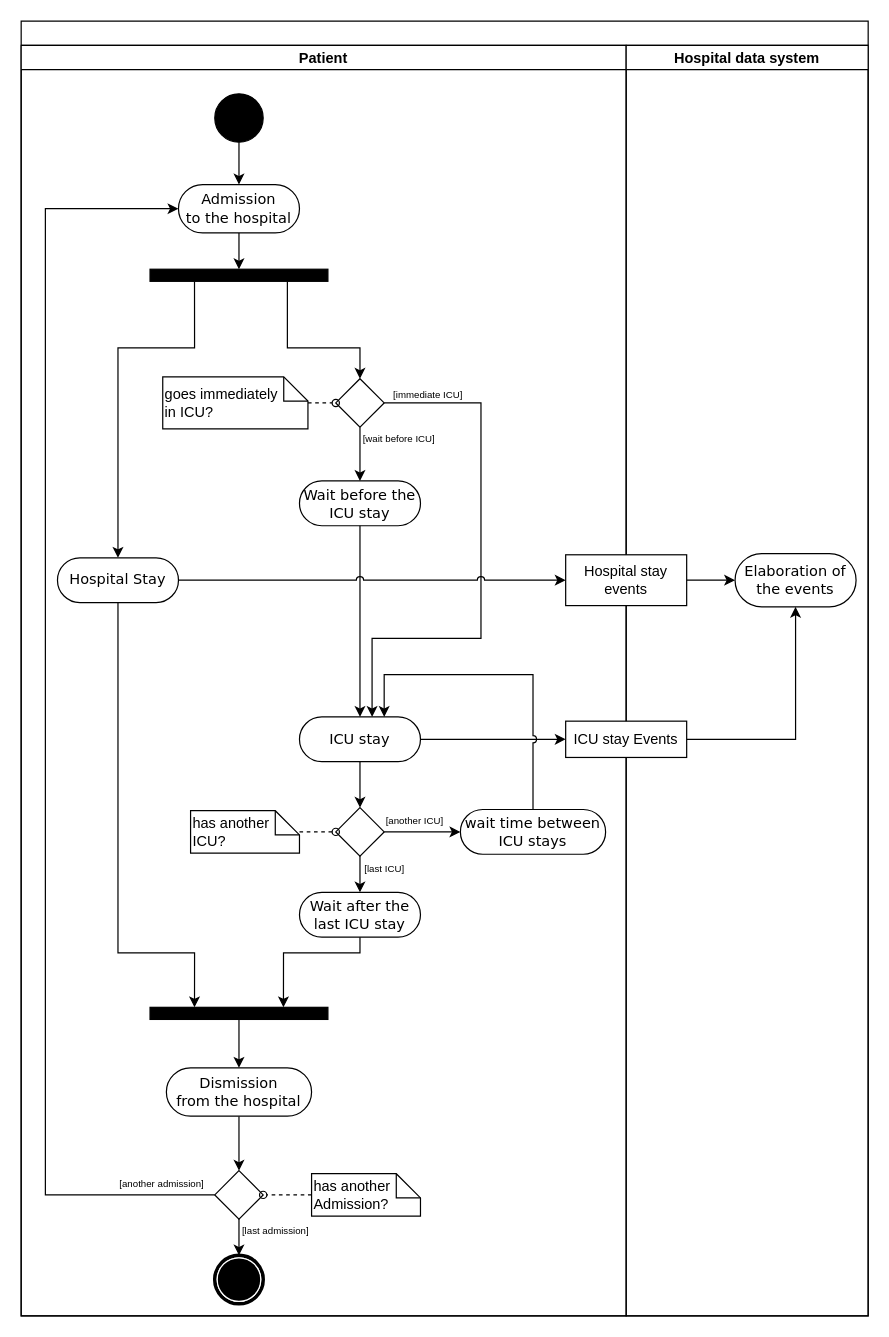
t4ncred1/thesis keeps this draw.io diagram as artifacts/model-3_activity-diagram.drawio. Above is the earlier version. Source tidied: cells renumbered, new cells numbered last; positions are measured from the earlier drawing's top-left corner, leaving out a move shared by most shapes. Both pictures are drawn from the tidied source at 121%, with x=0, y=0 at pixel (21, 21).
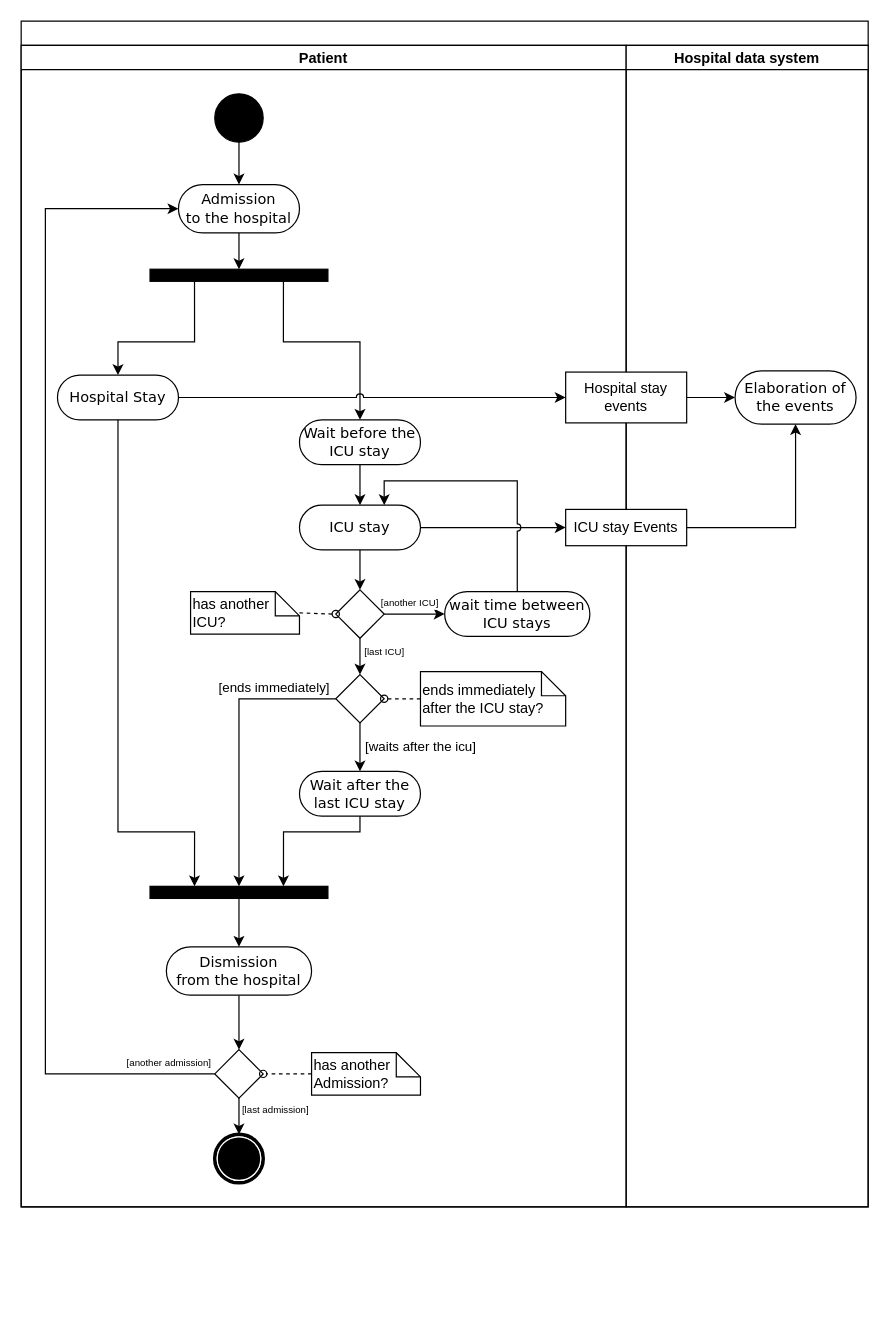
Above is the later version.

Commit message (it also covers changes not shown here):
modifica admission che finiscono con icu

Aggiunge anche il relativo activity diagram

Unchanged cells that the change refers to:
```xml
<mxCell id="5" style="whiteSpace=wrap;html=1;rounded=0;shadow=0;comic=0;labelBackgroundColor=none;strokeWidth=1;fillColor=#000000;fontFamily=Verdana;fontSize=12;align=center;rotation=0;" parent="1" vertex="1">
  <mxGeometry x="106.5" y="205" width="147" height="10" as="geometry" />
</mxCell>
<mxCell id="22" value="&lt;div&gt;Admission&lt;/div&gt;&lt;div&gt;to the hospital&lt;br&gt;&lt;/div&gt;" style="rounded=1;whiteSpace=wrap;html=1;shadow=0;comic=0;labelBackgroundColor=none;strokeWidth=1;fontFamily=Verdana;fontSize=12;align=center;arcSize=50;" parent="8" vertex="1">
  <mxGeometry x="130" y="115" width="100" height="40" as="geometry" />
</mxCell>
```

Change to the diagram source:
```diff
@@
+    <mxCell id="53" style="edgeStyle=orthogonalEdgeStyle;rounded=0;jettySize=auto;html=1;exitX=0.75;exitY=1;exitDx=0;exitDy=0;" parent="1" edge="1" source="5" target="10">
+      <mxGeometry relative="1" as="geometry">
+        <Array as="points">
+          <mxPoint x="217" y="265" />
+          <mxPoint x="280" y="265" />
+        </Array>
+      </mxGeometry>
+    </mxCell>
     <mxCell id="3" style="edgeStyle=orthogonalEdgeStyle;rounded=0;jettySize=auto;html=1;exitX=0.25;exitY=1;exitDx=0;exitDy=0;" parent="1" edge="1" source="5" target="9">
       <mxGeometry relative="1" as="geometry">
         <Array as="points">
-          <mxPoint x="143" y="270" />
-          <mxPoint x="80" y="270" />
+          <mxPoint x="143" y="265" />
+          <mxPoint x="80" y="265" />
         </Array>
       </mxGeometry>
     </mxCell>
-    <mxCell id="4" style="edgeStyle=orthogonalEdgeStyle;rounded=0;jumpStyle=arc;jettySize=auto;html=1;fontSize=8;endArrow=classic;endFill=1;" parent="1" edge="1" source="5" target="43">
-      <mxGeometry relative="1" as="geometry">
-        <Array as="points">
-          <mxPoint x="220" y="270" />
-          <mxPoint x="280" y="270" />
-        </Array>
-      </mxGeometry>
-    </mxCell>
@@
     <mxCell id="6" style="swimlane;startSize=20;" parent="1" vertex="1">
-      <mxGeometry width="700" height="1070" as="geometry" />
+      <mxGeometry width="700" height="980" as="geometry" />
     </mxCell>
+    <mxCell id="46" style="edgeStyle=orthogonalEdgeStyle;rounded=0;jettySize=auto;html=1;endArrow=classic;endFill=1;jumpStyle=arc;" parent="6" edge="1" source="9" target="52">
+      <mxGeometry relative="1" as="geometry" />
+    </mxCell>
@@
     <mxCell id="8" value="Patient" style="swimlane;startSize=20;" parent="6" vertex="1">
-      <mxGeometry y="20" width="500" height="1050" as="geometry" />
+      <mxGeometry y="20" width="500" height="960" as="geometry" />
     </mxCell>
     <mxCell id="9" value="Hospital Stay" style="rounded=1;whiteSpace=wrap;html=1;shadow=0;comic=0;labelBackgroundColor=none;strokeWidth=1;fontFamily=Verdana;fontSize=12;align=center;arcSize=50;" parent="8" vertex="1">
-      <mxGeometry x="30" y="423.5" width="100" height="37" as="geometry" />
+      <mxGeometry x="30" y="272.5" width="100" height="37" as="geometry" />
     </mxCell>
     <mxCell id="10" value="Wait before the ICU stay" style="rounded=1;whiteSpace=wrap;html=1;shadow=0;comic=0;labelBackgroundColor=none;strokeWidth=1;fontFamily=Verdana;fontSize=12;align=center;arcSize=50;" parent="8" vertex="1">
-      <mxGeometry x="230" y="360" width="100" height="37" as="geometry" />
+      <mxGeometry x="230" y="309.5" width="100" height="37" as="geometry" />
     </mxCell>
@@
     <mxCell id="12" value="ICU stay" style="rounded=1;whiteSpace=wrap;html=1;shadow=0;comic=0;labelBackgroundColor=none;strokeWidth=1;fontFamily=Verdana;fontSize=12;align=center;arcSize=50;" parent="8" vertex="1">
-      <mxGeometry x="230" y="555" width="100" height="37" as="geometry" />
+      <mxGeometry x="230" y="380" width="100" height="37" as="geometry" />
     </mxCell>
@@
     <mxCell id="14" value="Wait after the last ICU stay" style="rounded=1;whiteSpace=wrap;html=1;shadow=0;comic=0;labelBackgroundColor=none;strokeWidth=1;fontFamily=Verdana;fontSize=12;align=center;arcSize=50;" parent="8" vertex="1">
-      <mxGeometry x="230" y="700" width="100" height="37" as="geometry" />
+      <mxGeometry x="230" y="600" width="100" height="37" as="geometry" />
     </mxCell>
     <mxCell id="15" style="whiteSpace=wrap;html=1;rounded=0;shadow=0;comic=0;labelBackgroundColor=none;strokeWidth=1;fillColor=#000000;fontFamily=Verdana;fontSize=12;align=center;rotation=0;" parent="8" vertex="1">
-      <mxGeometry x="106.5" y="795" width="147" height="10" as="geometry" />
+      <mxGeometry x="106.5" y="695" width="147" height="10" as="geometry" />
     </mxCell>
     <mxCell id="16" style="edgeStyle=orthogonalEdgeStyle;rounded=0;jettySize=auto;html=1;entryX=0.75;entryY=0;entryDx=0;entryDy=0;" parent="8" edge="1" source="14" target="15">
       <mxGeometry relative="1" as="geometry">
         <Array as="points">
-          <mxPoint x="280" y="750" />
-          <mxPoint x="217" y="750" />
+          <mxPoint x="280" y="650" />
+          <mxPoint x="217" y="650" />
         </Array>
       </mxGeometry>
     </mxCell>
     <mxCell id="17" style="shape=mxgraph.bpmn.shape;html=1;verticalLabelPosition=bottom;labelBackgroundColor=#ffffff;verticalAlign=top;perimeter=ellipsePerimeter;outline=end;symbol=terminate;rounded=0;shadow=0;comic=0;strokeWidth=1;fontFamily=Verdana;fontSize=12;align=center;" parent="8" vertex="1">
-      <mxGeometry x="160" y="1000" width="40" height="40" as="geometry" />
+      <mxGeometry x="160" y="900" width="40" height="40" as="geometry" />
     </mxCell>
@@
     <mxCell id="19" value="Dismission &lt;br&gt;from the hospital" style="rounded=1;whiteSpace=wrap;html=1;shadow=0;comic=0;labelBackgroundColor=none;strokeWidth=1;fontFamily=Verdana;fontSize=12;align=center;arcSize=50;" parent="8" vertex="1">
-      <mxGeometry x="120" y="845" width="120" height="40" as="geometry" />
+      <mxGeometry x="120" y="745" width="120" height="40" as="geometry" />
     </mxCell>
     <mxCell id="20" style="edgeStyle=orthogonalEdgeStyle;rounded=0;jettySize=auto;html=1;entryX=0.25;entryY=0;entryDx=0;entryDy=0;" parent="8" edge="1" source="9" target="15">
       <mxGeometry relative="1" as="geometry">
         <Array as="points">
-          <mxPoint x="80" y="750" />
-          <mxPoint x="143" y="750" />
+          <mxPoint x="80" y="650" />
+          <mxPoint x="143" y="650" />
         </Array>
       </mxGeometry>
     </mxCell>
@@
-    <mxCell id="25" value="&lt;font style=&quot;font-size: 8px;&quot;&gt;[last ICU]&lt;/font&gt;" style="edgeStyle=orthogonalEdgeStyle;rounded=0;jumpStyle=arc;jettySize=auto;html=1;endArrow=classic;endFill=1;" parent="8" edge="1" source="28" target="14">
+    <mxCell id="25" value="&lt;font style=&quot;font-size: 8px;&quot;&gt;[last ICU]&lt;/font&gt;" style="edgeStyle=orthogonalEdgeStyle;rounded=0;jumpStyle=arc;jettySize=auto;html=1;endArrow=classic;endFill=1;" parent="8" edge="1" source="28" target="55">
       <mxGeometry x="0.2" y="20" relative="1" as="geometry" />
     </mxCell>
     <mxCell id="26" style="edgeStyle=orthogonalEdgeStyle;rounded=0;jumpStyle=arc;jettySize=auto;html=1;endArrow=classic;endFill=1;" parent="8" edge="1" source="28" target="30">
       <mxGeometry relative="1" as="geometry">
         <Array as="points">
-          <mxPoint x="320" y="650" />
-          <mxPoint x="320" y="650" />
+          <mxPoint x="320" y="470" />
+          <mxPoint x="320" y="470" />
         </Array>
       </mxGeometry>
     </mxCell>
@@
     <mxCell id="28" style="rhombus;whiteSpace=wrap;html=1;" parent="8" vertex="1">
-      <mxGeometry x="260" y="630" width="40" height="40" as="geometry" />
+      <mxGeometry x="260" y="450" width="40" height="40" as="geometry" />
     </mxCell>
     <mxCell id="29" style="edgeStyle=orthogonalEdgeStyle;rounded=0;jumpStyle=arc;jettySize=auto;html=1;endArrow=classic;endFill=1;exitX=0.5;exitY=0;exitDx=0;exitDy=0;" parent="8" edge="1" source="30" target="12">
       <mxGeometry relative="1" as="geometry">
         <Array as="points">
-          <mxPoint x="423" y="520" />
-          <mxPoint x="300" y="520" />
+          <mxPoint x="410" y="360" />
+          <mxPoint x="300" y="360" />
         </Array>
       </mxGeometry>
     </mxCell>
     <mxCell id="30" value="wait time between ICU stays" style="rounded=1;whiteSpace=wrap;html=1;shadow=0;comic=0;labelBackgroundColor=none;strokeWidth=1;fontFamily=Verdana;fontSize=12;align=center;arcSize=50;" parent="8" vertex="1">
-      <mxGeometry x="363" y="631.5" width="120" height="37" as="geometry" />
+      <mxGeometry x="350" y="451.5" width="120" height="37" as="geometry" />
     </mxCell>
-    <mxCell id="31" style="rounded=0;jumpStyle=arc;jettySize=auto;html=1;endArrow=oval;endFill=0;dashed=1;" parent="8" edge="1" source="32" target="28">
+    <mxCell id="31" style="edgeStyle=orthogonalEdgeStyle;rounded=0;jumpStyle=arc;jettySize=auto;html=1;endArrow=oval;endFill=0;dashed=1;" parent="8" edge="1" source="32" target="28">
       <mxGeometry relative="1" as="geometry" />
     </mxCell>
     <mxCell id="32" value="&lt;div align=&quot;left&quot;&gt;has another &lt;br&gt;ICU?&lt;/div&gt;" style="shape=note;size=20;whiteSpace=wrap;html=1;align=left;" parent="8" vertex="1">
-      <mxGeometry x="140" y="632.5" width="90" height="35" as="geometry" />
+      <mxGeometry x="140" y="451.5" width="90" height="35" as="geometry" />
     </mxCell>
     <mxCell id="33" style="edgeStyle=orthogonalEdgeStyle;rounded=0;jumpStyle=arc;jettySize=auto;html=1;fontSize=6;endArrow=classic;endFill=1;" parent="8" edge="1" source="36" target="22">
       <mxGeometry relative="1" as="geometry">
         <Array as="points">
-          <mxPoint x="20" y="950" />
+          <mxPoint x="20" y="850" />
           <mxPoint x="20" y="135" />
         </Array>
       </mxGeometry>
     </mxCell>
@@
     <mxCell id="36" style="rhombus;whiteSpace=wrap;html=1;" parent="8" vertex="1">
-      <mxGeometry x="160" y="930" width="40" height="40" as="geometry" />
+      <mxGeometry x="160" y="830" width="40" height="40" as="geometry" />
     </mxCell>
@@
     <mxCell id="38" value="&lt;div align=&quot;left&quot;&gt;has another &lt;br&gt;Admission?&lt;br&gt;&lt;/div&gt;" style="shape=note;size=20;whiteSpace=wrap;html=1;align=left;" parent="8" vertex="1">
-      <mxGeometry x="240" y="932.5" width="90" height="35" as="geometry" />
+      <mxGeometry x="240" y="832.5" width="90" height="35" as="geometry" />
     </mxCell>
-    <mxCell id="39" style="edgeStyle=orthogonalEdgeStyle;rounded=0;jumpStyle=arc;jettySize=auto;html=1;entryX=0.5;entryY=0;entryDx=0;entryDy=0;fontSize=8;endArrow=classic;endFill=1;" parent="8" edge="1" source="43" target="10">
-      <mxGeometry relative="1" as="geometry" />
-    </mxCell>
-    <mxCell id="40" value="[wait before ICU]" style="edgeLabel;html=1;align=center;verticalAlign=middle;fontSize=8;" parent="39" vertex="1">
-      <mxGeometry x="-0.29" relative="1" as="geometry">
-        <mxPoint x="31" y="-7" as="offset" />
-      </mxGeometry>
-    </mxCell>
-    <mxCell id="41" style="edgeStyle=orthogonalEdgeStyle;rounded=0;jumpStyle=arc;jettySize=auto;html=1;fontSize=8;endArrow=classic;endFill=1;" parent="8" edge="1" source="43" target="12">
-      <mxGeometry relative="1" as="geometry">
-        <Array as="points">
-          <mxPoint x="380" y="295" />
-          <mxPoint x="380" y="490" />
-          <mxPoint x="290" y="490" />
-        </Array>
-      </mxGeometry>
-    </mxCell>
-    <mxCell id="42" value="[immediate ICU]" style="edgeLabel;html=1;align=center;verticalAlign=middle;fontSize=8;" parent="41" vertex="1">
-      <mxGeometry x="-0.76" y="-2" relative="1" as="geometry">
-        <mxPoint x="-17" y="-9" as="offset" />
-      </mxGeometry>
-    </mxCell>
-    <mxCell id="43" style="rhombus;whiteSpace=wrap;html=1;" parent="8" vertex="1">
-      <mxGeometry x="260" y="275.5" width="40" height="40" as="geometry" />
-    </mxCell>
-    <mxCell id="44" style="rounded=0;jumpStyle=arc;jettySize=auto;html=1;fontSize=8;endArrow=oval;endFill=0;dashed=1;" parent="8" edge="1" source="45" target="43">
-      <mxGeometry relative="1" as="geometry" />
-    </mxCell>
-    <mxCell id="45" value="goes immediately&lt;br&gt;in ICU?" style="shape=note;size=20;whiteSpace=wrap;html=1;align=left;" parent="8" vertex="1">
-      <mxGeometry x="117" y="274" width="120" height="43" as="geometry" />
-    </mxCell>
-    <mxCell id="46" style="edgeStyle=orthogonalEdgeStyle;rounded=0;jettySize=auto;html=1;endArrow=classic;endFill=1;jumpStyle=arc;" parent="6" edge="1" source="9" target="52">
-      <mxGeometry relative="1" as="geometry" />
-    </mxCell>
+    <mxCell id="54" value="[waits after the icu]" style="edgeStyle=orthogonalEdgeStyle;rounded=0;jettySize=auto;html=1;" parent="8" edge="1" source="55" target="14">
+      <mxGeometry y="50" relative="1" as="geometry" />
+    </mxCell>
+    <mxCell id="55" style="rhombus;whiteSpace=wrap;html=1;" parent="8" vertex="1">
+      <mxGeometry x="260" y="520" width="40" height="40" as="geometry" />
+    </mxCell>
+    <mxCell id="56" style="rounded=0;jettySize=auto;html=1;endArrow=oval;endFill=0;dashed=1;" parent="8" edge="1" source="57" target="55">
+      <mxGeometry relative="1" as="geometry" />
+    </mxCell>
+    <mxCell id="57" value="ends immediately after the ICU stay?" style="shape=note;size=20;whiteSpace=wrap;html=1;align=left;" parent="8" vertex="1">
+      <mxGeometry x="330" y="517.5" width="120" height="45" as="geometry" />
+    </mxCell>
+    <mxCell id="58" style="edgeStyle=orthogonalEdgeStyle;rounded=0;jettySize=auto;html=1;" parent="8" edge="1" source="55" target="15">
+      <mxGeometry relative="1" as="geometry">
+        <Array as="points">
+          <mxPoint x="180" y="540" />
+        </Array>
+      </mxGeometry>
+    </mxCell>
+    <mxCell id="59" value="[ends immediately]" style="edgeLabel;html=1;align=center;verticalAlign=middle;" parent="58" vertex="1">
+      <mxGeometry x="-0.56" y="-1" relative="1" as="geometry">
+        <mxPoint y="-9" as="offset" />
+      </mxGeometry>
+    </mxCell>
     <mxCell id="47" value="Hospital data system" style="swimlane;startSize=20;" parent="6" vertex="1">
-      <mxGeometry x="500" y="20" width="200" height="1050" as="geometry" />
+      <mxGeometry x="500" y="20" width="200" height="960" as="geometry" />
     </mxCell>
     <mxCell id="48" value="Elaboration of the events" style="rounded=1;whiteSpace=wrap;html=1;shadow=0;comic=0;labelBackgroundColor=none;strokeWidth=1;fontFamily=Verdana;fontSize=12;align=center;arcSize=50;" parent="47" vertex="1">
-      <mxGeometry x="90" y="420" width="100" height="44" as="geometry" />
+      <mxGeometry x="90" y="269" width="100" height="44" as="geometry" />
     </mxCell>
     <mxCell id="49" style="edgeStyle=orthogonalEdgeStyle;rounded=0;jettySize=auto;html=1;endArrow=classic;endFill=1;" parent="47" edge="1" source="50" target="48">
-      <mxGeometry relative="1" as="geometry">
-        <Array as="points">
-          <mxPoint x="140" y="574" />
-        </Array>
-      </mxGeometry>
+      <mxGeometry relative="1" as="geometry" />
     </mxCell>
     <mxCell id="50" value="ICU stay Events" style="rounded=0;whiteSpace=wrap;html=1;" parent="47" vertex="1">
-      <mxGeometry x="-50" y="558.5" width="100" height="30" as="geometry" />
+      <mxGeometry x="-50" y="383.5" width="100" height="30" as="geometry" />
     </mxCell>
     <mxCell id="51" style="edgeStyle=orthogonalEdgeStyle;rounded=0;jettySize=auto;html=1;endArrow=classic;endFill=1;" parent="47" edge="1" source="52" target="48">
       <mxGeometry relative="1" as="geometry">
         <Array as="points">
-          <mxPoint x="90" y="443" />
-          <mxPoint x="90" y="441" />
+          <mxPoint x="90" y="292" />
+          <mxPoint x="90" y="290" />
         </Array>
       </mxGeometry>
     </mxCell>
     <mxCell id="52" value="Hospital stay events" style="rounded=0;whiteSpace=wrap;html=1;" parent="47" vertex="1">
-      <mxGeometry x="-50" y="421" width="100" height="42" as="geometry" />
+      <mxGeometry x="-50" y="270" width="100" height="42" as="geometry" />
     </mxCell>
```
